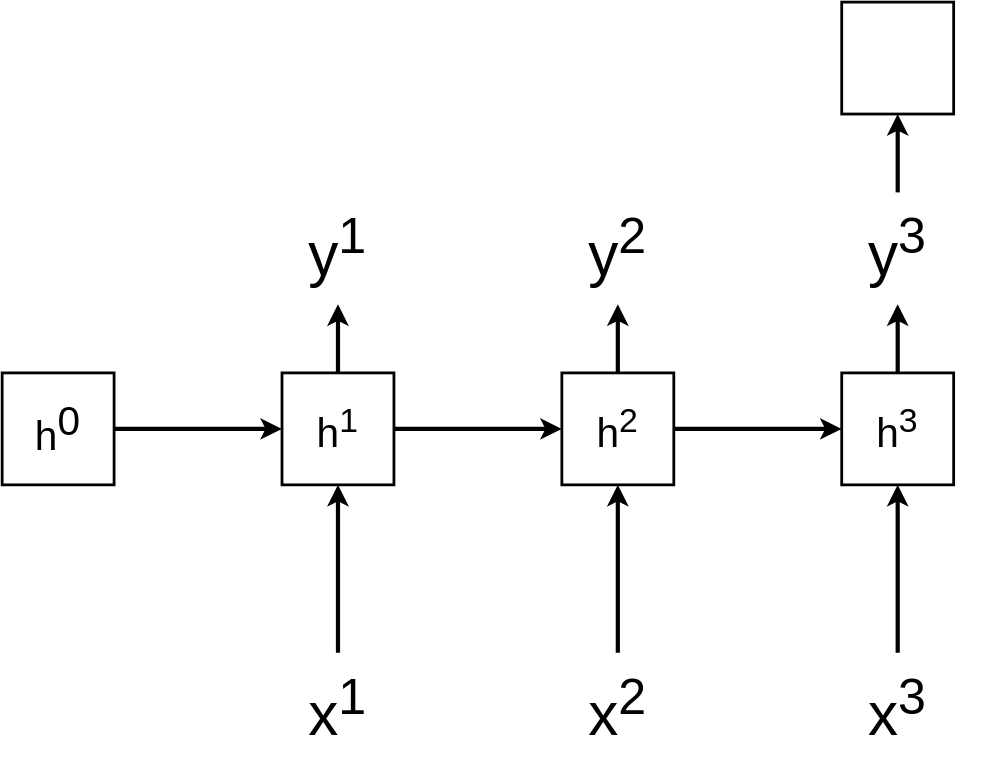
The draw.io diagram img/RNN_2.svg in Ol333/hate-arising-labs, before a commit. Source tidied: cells renumbered, new cells last; positions are measured from the earlier drawing's top-left corner, leaving out a move shared by most shapes. Its diagram source:
```xml
<mxGraphModel>
  <root>
    <mxCell id="0" />
    <mxCell id="1" parent="0" />
    <mxCell id="2" style="edgeStyle=none;rounded=0;jettySize=auto;html=1;exitX=0.5;exitY=0;exitDx=0;exitDy=0;entryX=0.5;entryY=1;entryDx=0;entryDy=0;strokeWidth=3;" parent="1" edge="1" source="3" target="10">
      <mxGeometry relative="1" as="geometry" />
    </mxCell>
    <mxCell id="3" value="x&lt;sup&gt;1&lt;/sup&gt;" style="ellipse;whiteSpace=wrap;html=1;fontSize=43;strokeWidth=2;fillColor=none;strokeColor=none;" parent="1" vertex="1">
      <mxGeometry x="180" y="465" width="120" height="80" as="geometry" />
    </mxCell>
    <mxCell id="4" style="edgeStyle=none;rounded=0;jettySize=auto;html=1;exitX=0.5;exitY=0;exitDx=0;exitDy=0;entryX=0.5;entryY=1;entryDx=0;entryDy=0;strokeWidth=3;" parent="1" edge="1" source="5" target="22">
      <mxGeometry relative="1" as="geometry" />
    </mxCell>
    <mxCell id="5" value="y&lt;sup&gt;3&lt;/sup&gt;" style="ellipse;whiteSpace=wrap;html=1;fontSize=43;strokeWidth=2;fillColor=none;strokeColor=none;" parent="1" vertex="1">
      <mxGeometry x="580" y="136" width="120" height="80" as="geometry" />
    </mxCell>
    <mxCell id="6" style="edgeStyle=none;rounded=0;jettySize=auto;html=1;exitX=1;exitY=0.5;exitDx=0;exitDy=0;entryX=0;entryY=0.5;entryDx=0;entryDy=0;strokeWidth=3;" parent="1" edge="1" source="7" target="10">
      <mxGeometry relative="1" as="geometry" />
    </mxCell>
    <mxCell id="7" value="h&lt;sup style=&quot;font-size: 29px;&quot;&gt;0&lt;/sup&gt;" style="rounded=0;whiteSpace=wrap;html=1;fontSize=29;fillColor=none;strokeWidth=2;" parent="1" vertex="1">
      <mxGeometry y="265" width="80" height="80" as="geometry" />
    </mxCell>
    <mxCell id="8" style="edgeStyle=none;rounded=0;jettySize=auto;html=1;exitX=1;exitY=0.5;exitDx=0;exitDy=0;entryX=0;entryY=0.5;entryDx=0;entryDy=0;strokeWidth=3;" parent="1" edge="1" source="10" target="15">
      <mxGeometry relative="1" as="geometry" />
    </mxCell>
    <mxCell id="9" style="edgeStyle=none;rounded=0;jettySize=auto;html=1;exitX=0.5;exitY=0;exitDx=0;exitDy=0;entryX=0.5;entryY=1;entryDx=0;entryDy=0;strokeWidth=3;" parent="1" edge="1" source="10" target="21">
      <mxGeometry relative="1" as="geometry" />
    </mxCell>
    <mxCell id="10" value="h&lt;sup&gt;1&lt;/sup&gt;" style="rounded=0;whiteSpace=wrap;html=1;fontSize=29;fillColor=none;strokeWidth=2;" parent="1" vertex="1">
      <mxGeometry x="200" y="265" width="80" height="80" as="geometry" />
    </mxCell>
    <mxCell id="11" style="edgeStyle=none;rounded=0;jettySize=auto;html=1;exitX=0.5;exitY=0;exitDx=0;exitDy=0;entryX=0.5;entryY=1;entryDx=0;entryDy=0;strokeWidth=3;" parent="1" edge="1" source="12" target="15">
      <mxGeometry relative="1" as="geometry" />
    </mxCell>
    <mxCell id="12" value="x&lt;sup&gt;2&lt;/sup&gt;" style="ellipse;whiteSpace=wrap;html=1;fontSize=43;strokeWidth=2;fillColor=none;strokeColor=none;" parent="1" vertex="1">
      <mxGeometry x="380" y="465" width="120" height="80" as="geometry" />
    </mxCell>
    <mxCell id="13" style="edgeStyle=none;rounded=0;jettySize=auto;html=1;exitX=1;exitY=0.5;exitDx=0;exitDy=0;entryX=0;entryY=0.5;entryDx=0;entryDy=0;strokeWidth=3;" parent="1" edge="1" source="15" target="19">
      <mxGeometry relative="1" as="geometry" />
    </mxCell>
    <mxCell id="14" style="edgeStyle=none;rounded=0;jettySize=auto;html=1;exitX=0.5;exitY=0;exitDx=0;exitDy=0;entryX=0.5;entryY=1;entryDx=0;entryDy=0;strokeWidth=3;" parent="1" edge="1" source="15" target="20">
      <mxGeometry relative="1" as="geometry" />
    </mxCell>
    <mxCell id="15" value="h&lt;sup&gt;2&lt;/sup&gt;" style="rounded=0;whiteSpace=wrap;html=1;fontSize=29;fillColor=none;strokeWidth=2;" parent="1" vertex="1">
      <mxGeometry x="400" y="265" width="80" height="80" as="geometry" />
    </mxCell>
    <mxCell id="16" style="edgeStyle=none;rounded=0;jettySize=auto;html=1;exitX=0.5;exitY=0;exitDx=0;exitDy=0;entryX=0.5;entryY=1;entryDx=0;entryDy=0;strokeWidth=3;" parent="1" edge="1" source="17" target="19">
      <mxGeometry relative="1" as="geometry" />
    </mxCell>
    <mxCell id="17" value="x&lt;sup&gt;3&lt;/sup&gt;" style="ellipse;whiteSpace=wrap;html=1;fontSize=43;strokeWidth=2;fillColor=none;strokeColor=none;" parent="1" vertex="1">
      <mxGeometry x="580" y="465" width="120" height="80" as="geometry" />
    </mxCell>
    <mxCell id="18" style="edgeStyle=none;rounded=0;jettySize=auto;html=1;exitX=0.5;exitY=0;exitDx=0;exitDy=0;entryX=0.5;entryY=1;entryDx=0;entryDy=0;strokeWidth=3;" parent="1" edge="1" source="19" target="5">
      <mxGeometry relative="1" as="geometry" />
    </mxCell>
    <mxCell id="19" value="h&lt;sup&gt;3&lt;/sup&gt;" style="rounded=0;whiteSpace=wrap;html=1;fontSize=29;fillColor=none;strokeWidth=2;" parent="1" vertex="1">
      <mxGeometry x="600" y="265" width="80" height="80" as="geometry" />
    </mxCell>
    <mxCell id="20" value="y&lt;sup&gt;2&lt;/sup&gt;" style="ellipse;whiteSpace=wrap;html=1;fontSize=43;strokeWidth=2;fillColor=none;strokeColor=none;" parent="1" vertex="1">
      <mxGeometry x="380" y="136" width="120" height="80" as="geometry" />
    </mxCell>
    <mxCell id="21" value="y&lt;sup&gt;1&lt;/sup&gt;" style="ellipse;whiteSpace=wrap;html=1;fontSize=43;strokeWidth=2;fillColor=none;strokeColor=none;" parent="1" vertex="1">
      <mxGeometry x="180" y="136" width="120" height="80" as="geometry" />
    </mxCell>
    <mxCell id="22" style="rounded=0;whiteSpace=wrap;html=1;fontSize=29;fillColor=none;strokeWidth=2;" parent="1" vertex="1">
      <mxGeometry x="600" width="80" height="80" as="geometry" />
    </mxCell>
  </root>
</mxGraphModel>
```
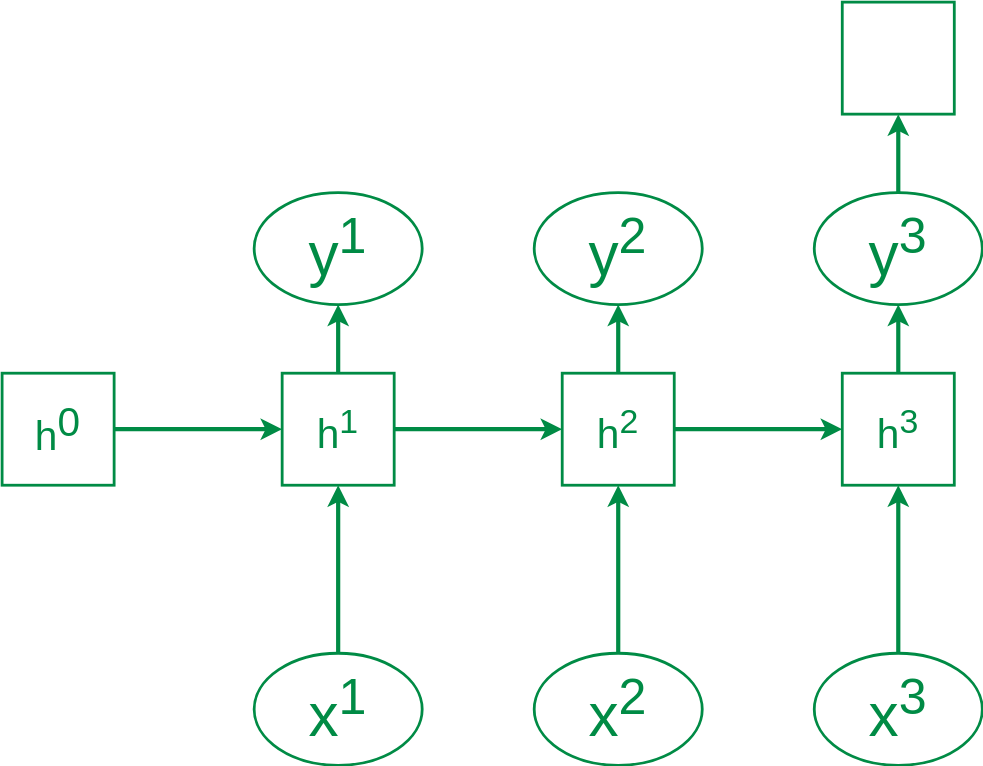
After the change.

Change to the diagram source:
```diff
@@ -2,67 +2,67 @@
   <root>
     <mxCell id="0" />
     <mxCell id="1" parent="0" />
-    <mxCell id="2" style="edgeStyle=none;rounded=0;jettySize=auto;html=1;exitX=0.5;exitY=0;exitDx=0;exitDy=0;entryX=0.5;entryY=1;entryDx=0;entryDy=0;strokeWidth=3;" parent="1" edge="1" source="3" target="10">
+    <mxCell id="2" style="edgeStyle=none;rounded=0;jettySize=auto;html=1;exitX=0.5;exitY=0;exitDx=0;exitDy=0;entryX=0.5;entryY=1;entryDx=0;entryDy=0;strokeWidth=3;strokeColor=#008B45;fontColor=#008B45;labelBackgroundColor=none;" parent="1" edge="1" source="3" target="10">
       <mxGeometry relative="1" as="geometry" />
     </mxCell>
-    <mxCell id="3" value="x&lt;sup&gt;1&lt;/sup&gt;" style="ellipse;whiteSpace=wrap;html=1;fontSize=43;strokeWidth=2;fillColor=none;strokeColor=none;" parent="1" vertex="1">
+    <mxCell id="3" value="x&lt;sup&gt;1&lt;/sup&gt;" style="ellipse;whiteSpace=wrap;html=1;fontSize=43;strokeWidth=2;fillColor=none;strokeColor=#008B45;fontColor=#008B45;labelBackgroundColor=none;" parent="1" vertex="1">
       <mxGeometry x="180" y="465" width="120" height="80" as="geometry" />
     </mxCell>
-    <mxCell id="4" style="edgeStyle=none;rounded=0;jettySize=auto;html=1;exitX=0.5;exitY=0;exitDx=0;exitDy=0;entryX=0.5;entryY=1;entryDx=0;entryDy=0;strokeWidth=3;" parent="1" edge="1" source="5" target="22">
+    <mxCell id="4" style="edgeStyle=none;rounded=0;jettySize=auto;html=1;exitX=0.5;exitY=0;exitDx=0;exitDy=0;entryX=0.5;entryY=1;entryDx=0;entryDy=0;strokeWidth=3;strokeColor=#008B45;fontColor=#008B45;labelBackgroundColor=none;" parent="1" edge="1" source="5" target="22">
       <mxGeometry relative="1" as="geometry" />
     </mxCell>
-    <mxCell id="5" value="y&lt;sup&gt;3&lt;/sup&gt;" style="ellipse;whiteSpace=wrap;html=1;fontSize=43;strokeWidth=2;fillColor=none;strokeColor=none;" parent="1" vertex="1">
+    <mxCell id="5" value="y&lt;sup&gt;3&lt;/sup&gt;" style="ellipse;whiteSpace=wrap;html=1;fontSize=43;strokeWidth=2;fillColor=none;strokeColor=#008B45;fontColor=#008B45;labelBackgroundColor=none;" parent="1" vertex="1">
       <mxGeometry x="580" y="136" width="120" height="80" as="geometry" />
     </mxCell>
-    <mxCell id="6" style="edgeStyle=none;rounded=0;jettySize=auto;html=1;exitX=1;exitY=0.5;exitDx=0;exitDy=0;entryX=0;entryY=0.5;entryDx=0;entryDy=0;strokeWidth=3;" parent="1" edge="1" source="7" target="10">
+    <mxCell id="6" style="edgeStyle=none;rounded=0;jettySize=auto;html=1;exitX=1;exitY=0.5;exitDx=0;exitDy=0;entryX=0;entryY=0.5;entryDx=0;entryDy=0;strokeWidth=3;strokeColor=#008B45;fontColor=#008B45;labelBackgroundColor=none;" parent="1" edge="1" source="7" target="10">
       <mxGeometry relative="1" as="geometry" />
     </mxCell>
-    <mxCell id="7" value="h&lt;sup style=&quot;font-size: 29px;&quot;&gt;0&lt;/sup&gt;" style="rounded=0;whiteSpace=wrap;html=1;fontSize=29;fillColor=none;strokeWidth=2;" parent="1" vertex="1">
+    <mxCell id="7" value="h&lt;sup style=&quot;font-size: 29px;&quot;&gt;0&lt;/sup&gt;" style="rounded=0;whiteSpace=wrap;html=1;fontSize=29;fillColor=none;strokeWidth=2;strokeColor=#008B45;fontColor=#008B45;labelBackgroundColor=none;" parent="1" vertex="1">
       <mxGeometry y="265" width="80" height="80" as="geometry" />
     </mxCell>
-    <mxCell id="8" style="edgeStyle=none;rounded=0;jettySize=auto;html=1;exitX=1;exitY=0.5;exitDx=0;exitDy=0;entryX=0;entryY=0.5;entryDx=0;entryDy=0;strokeWidth=3;" parent="1" edge="1" source="10" target="15">
+    <mxCell id="8" style="edgeStyle=none;rounded=0;jettySize=auto;html=1;exitX=1;exitY=0.5;exitDx=0;exitDy=0;entryX=0;entryY=0.5;entryDx=0;entryDy=0;strokeWidth=3;strokeColor=#008B45;fontColor=#008B45;labelBackgroundColor=none;" parent="1" edge="1" source="10" target="15">
       <mxGeometry relative="1" as="geometry" />
     </mxCell>
-    <mxCell id="9" style="edgeStyle=none;rounded=0;jettySize=auto;html=1;exitX=0.5;exitY=0;exitDx=0;exitDy=0;entryX=0.5;entryY=1;entryDx=0;entryDy=0;strokeWidth=3;" parent="1" edge="1" source="10" target="21">
+    <mxCell id="9" style="edgeStyle=none;rounded=0;jettySize=auto;html=1;exitX=0.5;exitY=0;exitDx=0;exitDy=0;entryX=0.5;entryY=1;entryDx=0;entryDy=0;strokeWidth=3;strokeColor=#008B45;fontColor=#008B45;labelBackgroundColor=none;" parent="1" edge="1" source="10" target="21">
       <mxGeometry relative="1" as="geometry" />
     </mxCell>
-    <mxCell id="10" value="h&lt;sup&gt;1&lt;/sup&gt;" style="rounded=0;whiteSpace=wrap;html=1;fontSize=29;fillColor=none;strokeWidth=2;" parent="1" vertex="1">
+    <mxCell id="10" value="h&lt;sup&gt;1&lt;/sup&gt;" style="rounded=0;whiteSpace=wrap;html=1;fontSize=29;fillColor=none;strokeWidth=2;strokeColor=#008B45;fontColor=#008B45;labelBackgroundColor=none;" parent="1" vertex="1">
       <mxGeometry x="200" y="265" width="80" height="80" as="geometry" />
     </mxCell>
-    <mxCell id="11" style="edgeStyle=none;rounded=0;jettySize=auto;html=1;exitX=0.5;exitY=0;exitDx=0;exitDy=0;entryX=0.5;entryY=1;entryDx=0;entryDy=0;strokeWidth=3;" parent="1" edge="1" source="12" target="15">
+    <mxCell id="11" style="edgeStyle=none;rounded=0;jettySize=auto;html=1;exitX=0.5;exitY=0;exitDx=0;exitDy=0;entryX=0.5;entryY=1;entryDx=0;entryDy=0;strokeWidth=3;strokeColor=#008B45;fontColor=#008B45;labelBackgroundColor=none;" parent="1" edge="1" source="12" target="15">
       <mxGeometry relative="1" as="geometry" />
     </mxCell>
-    <mxCell id="12" value="x&lt;sup&gt;2&lt;/sup&gt;" style="ellipse;whiteSpace=wrap;html=1;fontSize=43;strokeWidth=2;fillColor=none;strokeColor=none;" parent="1" vertex="1">
+    <mxCell id="12" value="x&lt;sup&gt;2&lt;/sup&gt;" style="ellipse;whiteSpace=wrap;html=1;fontSize=43;strokeWidth=2;fillColor=none;strokeColor=#008B45;fontColor=#008B45;labelBackgroundColor=none;" parent="1" vertex="1">
       <mxGeometry x="380" y="465" width="120" height="80" as="geometry" />
     </mxCell>
-    <mxCell id="13" style="edgeStyle=none;rounded=0;jettySize=auto;html=1;exitX=1;exitY=0.5;exitDx=0;exitDy=0;entryX=0;entryY=0.5;entryDx=0;entryDy=0;strokeWidth=3;" parent="1" edge="1" source="15" target="19">
+    <mxCell id="13" style="edgeStyle=none;rounded=0;jettySize=auto;html=1;exitX=1;exitY=0.5;exitDx=0;exitDy=0;entryX=0;entryY=0.5;entryDx=0;entryDy=0;strokeWidth=3;strokeColor=#008B45;fontColor=#008B45;labelBackgroundColor=none;" parent="1" edge="1" source="15" target="19">
       <mxGeometry relative="1" as="geometry" />
     </mxCell>
-    <mxCell id="14" style="edgeStyle=none;rounded=0;jettySize=auto;html=1;exitX=0.5;exitY=0;exitDx=0;exitDy=0;entryX=0.5;entryY=1;entryDx=0;entryDy=0;strokeWidth=3;" parent="1" edge="1" source="15" target="20">
+    <mxCell id="14" style="edgeStyle=none;rounded=0;jettySize=auto;html=1;exitX=0.5;exitY=0;exitDx=0;exitDy=0;entryX=0.5;entryY=1;entryDx=0;entryDy=0;strokeWidth=3;strokeColor=#008B45;fontColor=#008B45;labelBackgroundColor=none;" parent="1" edge="1" source="15" target="20">
       <mxGeometry relative="1" as="geometry" />
     </mxCell>
-    <mxCell id="15" value="h&lt;sup&gt;2&lt;/sup&gt;" style="rounded=0;whiteSpace=wrap;html=1;fontSize=29;fillColor=none;strokeWidth=2;" parent="1" vertex="1">
+    <mxCell id="15" value="h&lt;sup&gt;2&lt;/sup&gt;" style="rounded=0;whiteSpace=wrap;html=1;fontSize=29;fillColor=none;strokeWidth=2;strokeColor=#008B45;fontColor=#008B45;labelBackgroundColor=none;" parent="1" vertex="1">
       <mxGeometry x="400" y="265" width="80" height="80" as="geometry" />
     </mxCell>
-    <mxCell id="16" style="edgeStyle=none;rounded=0;jettySize=auto;html=1;exitX=0.5;exitY=0;exitDx=0;exitDy=0;entryX=0.5;entryY=1;entryDx=0;entryDy=0;strokeWidth=3;" parent="1" edge="1" source="17" target="19">
+    <mxCell id="16" style="edgeStyle=none;rounded=0;jettySize=auto;html=1;exitX=0.5;exitY=0;exitDx=0;exitDy=0;entryX=0.5;entryY=1;entryDx=0;entryDy=0;strokeWidth=3;strokeColor=#008B45;fontColor=#008B45;labelBackgroundColor=none;" parent="1" edge="1" source="17" target="19">
       <mxGeometry relative="1" as="geometry" />
     </mxCell>
-    <mxCell id="17" value="x&lt;sup&gt;3&lt;/sup&gt;" style="ellipse;whiteSpace=wrap;html=1;fontSize=43;strokeWidth=2;fillColor=none;strokeColor=none;" parent="1" vertex="1">
+    <mxCell id="17" value="x&lt;sup&gt;3&lt;/sup&gt;" style="ellipse;whiteSpace=wrap;html=1;fontSize=43;strokeWidth=2;fillColor=none;strokeColor=#008B45;fontColor=#008B45;labelBackgroundColor=none;" parent="1" vertex="1">
       <mxGeometry x="580" y="465" width="120" height="80" as="geometry" />
     </mxCell>
-    <mxCell id="18" style="edgeStyle=none;rounded=0;jettySize=auto;html=1;exitX=0.5;exitY=0;exitDx=0;exitDy=0;entryX=0.5;entryY=1;entryDx=0;entryDy=0;strokeWidth=3;" parent="1" edge="1" source="19" target="5">
+    <mxCell id="18" style="edgeStyle=none;rounded=0;jettySize=auto;html=1;exitX=0.5;exitY=0;exitDx=0;exitDy=0;entryX=0.5;entryY=1;entryDx=0;entryDy=0;strokeWidth=3;strokeColor=#008B45;fontColor=#008B45;labelBackgroundColor=none;" parent="1" edge="1" source="19" target="5">
       <mxGeometry relative="1" as="geometry" />
     </mxCell>
-    <mxCell id="19" value="h&lt;sup&gt;3&lt;/sup&gt;" style="rounded=0;whiteSpace=wrap;html=1;fontSize=29;fillColor=none;strokeWidth=2;" parent="1" vertex="1">
+    <mxCell id="19" value="h&lt;sup&gt;3&lt;/sup&gt;" style="rounded=0;whiteSpace=wrap;html=1;fontSize=29;fillColor=none;strokeWidth=2;strokeColor=#008B45;fontColor=#008B45;labelBackgroundColor=none;" parent="1" vertex="1">
       <mxGeometry x="600" y="265" width="80" height="80" as="geometry" />
     </mxCell>
-    <mxCell id="20" value="y&lt;sup&gt;2&lt;/sup&gt;" style="ellipse;whiteSpace=wrap;html=1;fontSize=43;strokeWidth=2;fillColor=none;strokeColor=none;" parent="1" vertex="1">
+    <mxCell id="20" value="y&lt;sup&gt;2&lt;/sup&gt;" style="ellipse;whiteSpace=wrap;html=1;fontSize=43;strokeWidth=2;fillColor=none;strokeColor=#008B45;fontColor=#008B45;labelBackgroundColor=none;" parent="1" vertex="1">
       <mxGeometry x="380" y="136" width="120" height="80" as="geometry" />
     </mxCell>
-    <mxCell id="21" value="y&lt;sup&gt;1&lt;/sup&gt;" style="ellipse;whiteSpace=wrap;html=1;fontSize=43;strokeWidth=2;fillColor=none;strokeColor=none;" parent="1" vertex="1">
+    <mxCell id="21" value="y&lt;sup&gt;1&lt;/sup&gt;" style="ellipse;whiteSpace=wrap;html=1;fontSize=43;strokeWidth=2;fillColor=none;strokeColor=#008B45;fontColor=#008B45;labelBackgroundColor=none;" parent="1" vertex="1">
       <mxGeometry x="180" y="136" width="120" height="80" as="geometry" />
     </mxCell>
-    <mxCell id="22" style="rounded=0;whiteSpace=wrap;html=1;fontSize=29;fillColor=none;strokeWidth=2;" parent="1" vertex="1">
+    <mxCell id="22" style="rounded=0;whiteSpace=wrap;html=1;fontSize=29;fillColor=none;strokeWidth=2;strokeColor=#008B45;fontColor=#008B45;labelBackgroundColor=none;" parent="1" vertex="1">
       <mxGeometry x="600" width="80" height="80" as="geometry" />
     </mxCell>
   </root>
```
